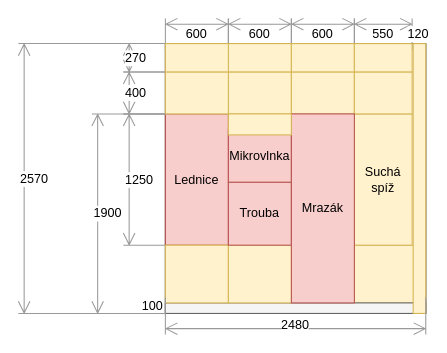
The draw.io diagram docs/src/static/drawings/kitchen.wall-appliances.drawio in surquest/flat-renovation, before the edit. Source tidied: cells renumbered, new cells numbered last; positions are measured from the earlier drawing's top-left corner, leaving out a move shared by most shapes. Both pictures are drawn from the tidied source at 105%, with x=0, y=0 at pixel (18, 18).
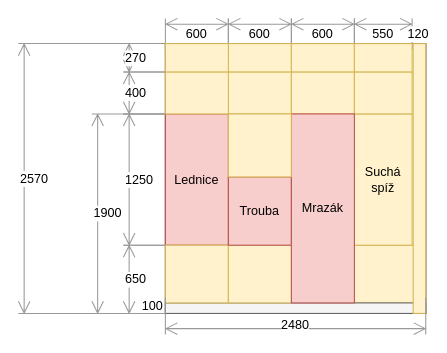
The same page after the edit.

The edit, as a diff of the source:
```diff
@@
     <mxCell id="22" value="Trouba" style="rounded=0;whiteSpace=wrap;html=1;fillColor=#f8cecc;strokeColor=#b85450;" parent="1" vertex="1">
-      <mxGeometry x="200" y="156" width="60" height="60" as="geometry" />
+      <mxGeometry x="200" y="151" width="60" height="65" as="geometry" />
     </mxCell>
-    <mxCell id="23" value="Mikrovlnka" style="rounded=0;whiteSpace=wrap;html=1;fillColor=#f8cecc;strokeColor=#b85450;" parent="1" vertex="1">
-      <mxGeometry x="200" y="106" width="60" height="50" as="geometry" />
-    </mxCell>
@@
     <mxCell id="33" style="rounded=0;whiteSpace=wrap;html=1;fillColor=#fff2cc;strokeColor=#d6b656;" parent="1" vertex="1">
-      <mxGeometry x="200" y="91" width="60" height="20" as="geometry" />
+      <mxGeometry x="200" y="91" width="60" height="60" as="geometry" />
     </mxCell>
+    <mxCell id="34" value="650" style="shape=dimension;direction=south;whiteSpace=wrap;html=1;align=left;verticalAlign=middle;labelBackgroundColor=#ffffff;strokeColor=#999999;" parent="1" vertex="1">
+      <mxGeometry x="100" y="216" width="40" height="65" as="geometry" />
+    </mxCell>
```
